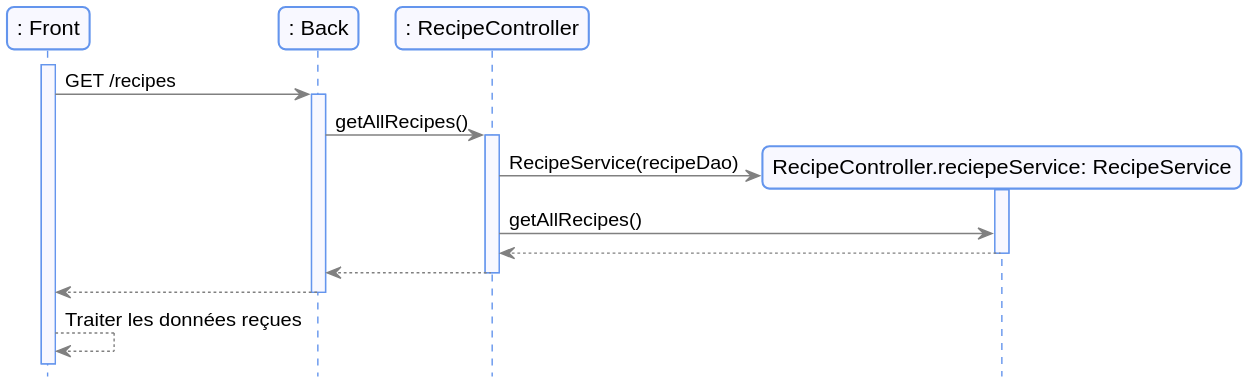
The PlantUML diagram docs/diagram/out/recipes.svg in romainvacheret/wadge-backend, before a commit.
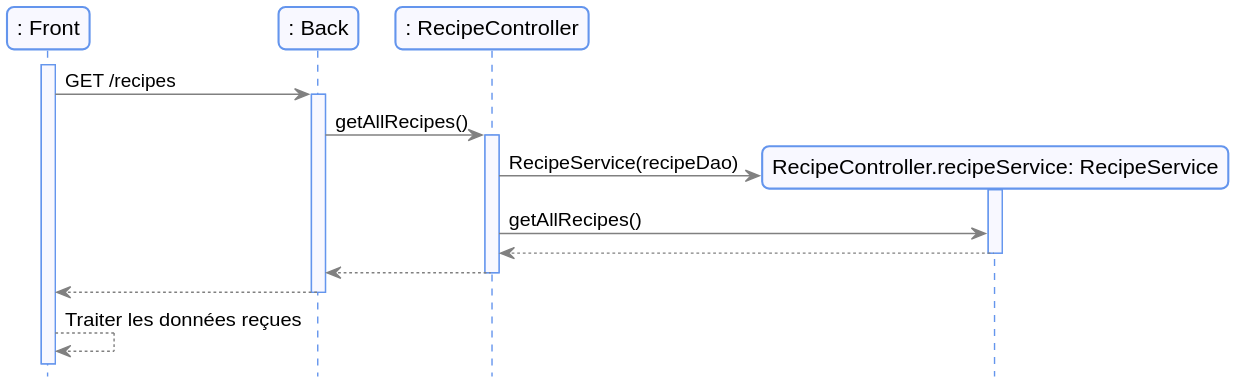
Later version of the same file.

Change to the diagram source:
```diff
@@ -10,7 +10,7 @@
     activate bk
     bk -> rc : getAllRecipes()
     activate rc
-    create "RecipeController.reciepeService: RecipeService" as rs
+    create "RecipeController.recipeService: RecipeService" as rs
     rc -> rs : RecipeService(recipeDao)
     activate rs
     rc -> rs : getAllRecipes()
```
